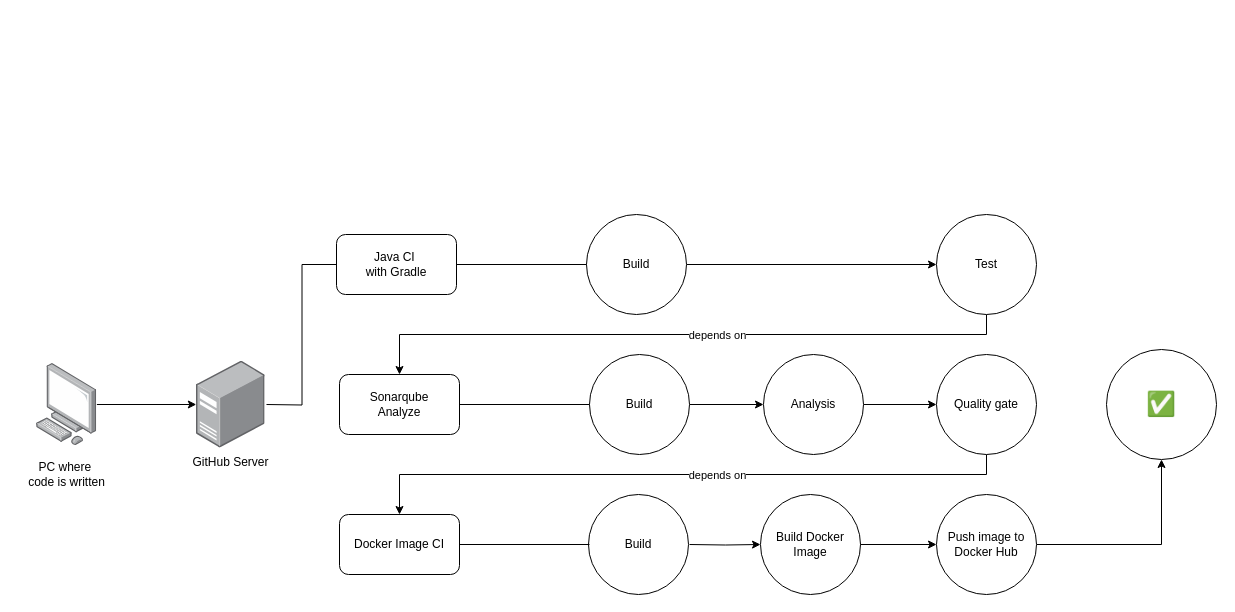
This is documentation/etc/BE_pipelineDiagram.drawio from MateoGlzAlon/blockchain-raisehub-tfg, a draw.io file, before an edit. Source tidied: cells renumbered, new cells numbered last; positions are measured from the earlier drawing's top-left corner, leaving out a move shared by most shapes. Both pictures are drawn from the tidied source at 100%, with x=0, y=0 at pixel (16, 214).
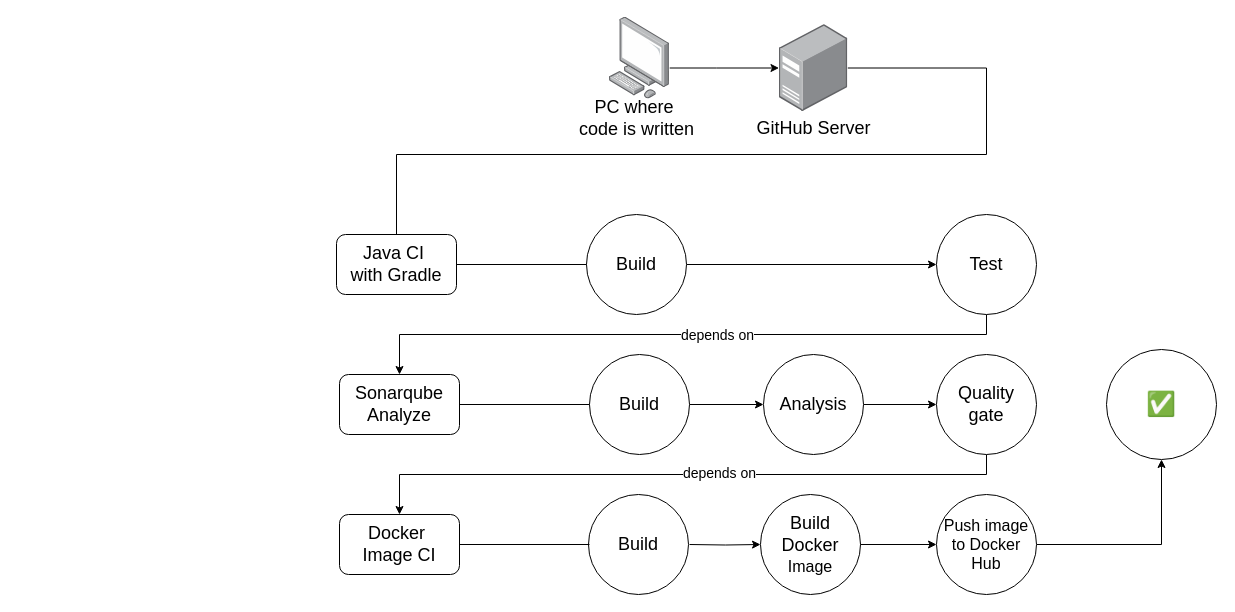
Above is the later version.

Unchanged cells that the change refers to:
```xml
<mxCell id="10" style="edgeStyle=orthogonalEdgeStyle;rounded=0;jettySize=auto;html=1;entryX=0.5;entryY=0;entryDx=0;entryDy=0;" parent="1" edge="1" source="12" target="9">
  <mxGeometry relative="1" as="geometry">
    <Array as="points">
      <mxPoint x="970" y="120" />
      <mxPoint x="383" y="120" />
    </Array>
  </mxGeometry>
</mxCell>
```

The edit, as a diff of the source:
```diff
@@
-    <mxCell id="2" value="Build" style="ellipse;whiteSpace=wrap;html=1;" parent="1" vertex="1">
+    <mxCell id="2" value="&lt;font style=&quot;font-size: 18px;&quot;&gt;Build&lt;/font&gt;" style="ellipse;whiteSpace=wrap;html=1;" parent="1" vertex="1">
       <mxGeometry x="572" y="280" width="100" height="100" as="geometry" />
     </mxCell>
-    <mxCell id="3" value="Docker Image CI" style="rounded=1;whiteSpace=wrap;html=1;" parent="1" vertex="1">
+    <mxCell id="3" value="&lt;font style=&quot;font-size: 18px;&quot;&gt;Docker&amp;nbsp;&lt;/font&gt;&lt;div&gt;&lt;font style=&quot;font-size: 18px;&quot;&gt;Image CI&lt;/font&gt;&lt;/div&gt;" style="rounded=1;whiteSpace=wrap;html=1;" parent="1" vertex="1">
       <mxGeometry x="323" y="300" width="120" height="60" as="geometry" />
     </mxCell>
@@
-    <mxCell id="5" value="Build" style="ellipse;whiteSpace=wrap;html=1;" parent="1" vertex="1">
+    <mxCell id="5" value="&lt;font style=&quot;font-size: 18px;&quot;&gt;Build&lt;/font&gt;" style="ellipse;whiteSpace=wrap;html=1;" parent="1" vertex="1">
       <mxGeometry x="570" width="100" height="100" as="geometry" />
     </mxCell>
-    <mxCell id="6" value="Java CI&amp;nbsp;&lt;div&gt;with Gradle&lt;/div&gt;" style="rounded=1;whiteSpace=wrap;html=1;" parent="1" vertex="1">
+    <mxCell id="6" value="&lt;font style=&quot;font-size: 18px;&quot;&gt;Java CI&amp;nbsp;&lt;/font&gt;&lt;div&gt;&lt;font style=&quot;font-size: 18px;&quot;&gt;with Gradle&lt;/font&gt;&lt;/div&gt;" style="rounded=1;whiteSpace=wrap;html=1;" parent="1" vertex="1">
       <mxGeometry x="320" y="20" width="120" height="60" as="geometry" />
     </mxCell>
@@
-    <mxCell id="8" value="Build" style="ellipse;whiteSpace=wrap;html=1;" parent="1" vertex="1">
+    <mxCell id="8" value="&lt;font style=&quot;font-size: 18px;&quot;&gt;Build&lt;/font&gt;" style="ellipse;whiteSpace=wrap;html=1;" parent="1" vertex="1">
       <mxGeometry x="573" y="140" width="100" height="100" as="geometry" />
     </mxCell>
-    <mxCell id="9" value="Sonarqube&lt;div&gt;Analyze&lt;/div&gt;" style="rounded=1;whiteSpace=wrap;html=1;" parent="1" vertex="1">
+    <mxCell id="9" value="&lt;font style=&quot;font-size: 18px;&quot;&gt;Sonarqube&lt;/font&gt;&lt;div&gt;&lt;font style=&quot;font-size: 18px;&quot;&gt;Analyze&lt;/font&gt;&lt;/div&gt;" style="rounded=1;whiteSpace=wrap;html=1;" parent="1" vertex="1">
       <mxGeometry x="323" y="160" width="120" height="60" as="geometry" />
     </mxCell>
@@
-    <mxCell id="11" value="depends on" style="edgeLabel;html=1;align=center;verticalAlign=middle;" parent="10" vertex="1">
+    <mxCell id="11" value="&lt;font style=&quot;font-size: 14px;&quot;&gt;depends on&lt;/font&gt;" style="edgeLabel;html=1;align=center;verticalAlign=middle;" parent="10" vertex="1">
       <mxGeometry x="0.48" y="-2" relative="1" as="geometry">
         <mxPoint x="189" y="2" as="offset" />
       </mxGeometry>
     </mxCell>
-    <mxCell id="12" value="Test" style="ellipse;whiteSpace=wrap;html=1;" parent="1" vertex="1">
+    <mxCell id="12" value="&lt;font style=&quot;font-size: 18px;&quot;&gt;Test&lt;/font&gt;" style="ellipse;whiteSpace=wrap;html=1;" parent="1" vertex="1">
       <mxGeometry x="920" width="100" height="100" as="geometry" />
     </mxCell>
@@
     <mxCell id="17" style="image;points=[];html=1;align=center;shadow=0;dashed=0;image=img/lib/allied_telesis/computer_and_terminals/Personal_Computer.svg;" parent="1" vertex="1">
-      <mxGeometry x="20" y="149.1" width="60.4" height="81.8" as="geometry" />
+      <mxGeometry x="592.8" y="-197.4" width="60.4" height="81.8" as="geometry" />
     </mxCell>
-    <mxCell id="18" value="GitHub Server" style="image;points=[];html=1;align=center;shadow=0;dashed=0;image=img/lib/allied_telesis/computer_and_terminals/Server_Desktop.svg;" parent="1" vertex="1">
-      <mxGeometry x="180" y="146.5" width="68.6" height="87" as="geometry" />
+    <mxCell id="18" value="&lt;font style=&quot;font-size: 18px;&quot;&gt;GitHub Server&lt;/font&gt;" style="image;points=[];html=1;align=center;shadow=0;dashed=0;image=img/lib/allied_telesis/computer_and_terminals/Server_Desktop.svg;" parent="1" vertex="1">
+      <mxGeometry x="762.7" y="-190" width="68.6" height="87" as="geometry" />
     </mxCell>
     <mxCell id="19" style="edgeStyle=orthogonalEdgeStyle;rounded=0;jettySize=auto;html=1;entryX=-0.003;entryY=0.5;entryDx=0;entryDy=0;entryPerimeter=0;" parent="1" edge="1" source="17" target="18">
-      <mxGeometry relative="1" as="geometry" />
+      <mxGeometry relative="1" as="geometry">
+        <Array as="points">
+          <mxPoint x="700" y="-146" />
+        </Array>
+      </mxGeometry>
     </mxCell>
-    <mxCell id="20" style="endArrow=none;html=1;rounded=0;entryX=0;entryY=0.5;entryDx=0;entryDy=0;edgeStyle=orthogonalEdgeStyle;" parent="1" edge="1" target="6">
+    <mxCell id="20" style="endArrow=none;html=1;rounded=0;entryX=0.5;entryY=0;entryDx=0;entryDy=0;edgeStyle=orthogonalEdgeStyle;" parent="1" edge="1" source="18" target="6">
       <mxGeometry relative="1" as="geometry">
-        <mxPoint x="250" y="190" as="sourcePoint" />
+        <Array as="points">
+          <mxPoint x="970" y="-146" />
+          <mxPoint x="970" y="-60" />
+          <mxPoint x="380" y="-60" />
+        </Array>
       </mxGeometry>
     </mxCell>
-    <mxCell id="21" value="PC where&amp;nbsp;&lt;div&gt;code is written&lt;/div&gt;" style="text;html=1;align=center;verticalAlign=middle;strokeColor=none;fillColor=none;" parent="1" vertex="1">
-      <mxGeometry x="0.2" y="240" width="100" height="40" as="geometry" />
+    <mxCell id="21" value="&lt;font style=&quot;font-size: 18px;&quot;&gt;PC where&amp;nbsp;&lt;/font&gt;&lt;div&gt;&lt;font style=&quot;font-size: 18px;&quot;&gt;code is written&lt;/font&gt;&lt;/div&gt;" style="text;html=1;align=center;verticalAlign=middle;strokeColor=none;fillColor=none;" parent="1" vertex="1">
+      <mxGeometry x="550" y="-125.6" width="140" height="60" as="geometry" />
     </mxCell>
@@
-    <mxCell id="23" value="Analysis" style="ellipse;whiteSpace=wrap;html=1;" parent="1" vertex="1">
+    <mxCell id="23" value="&lt;font style=&quot;font-size: 18px;&quot;&gt;Analysis&lt;/font&gt;" style="ellipse;whiteSpace=wrap;html=1;" parent="1" vertex="1">
       <mxGeometry x="747" y="140" width="100" height="100" as="geometry" />
     </mxCell>
@@
-    <mxCell id="25" value="Quality gate" style="ellipse;whiteSpace=wrap;html=1;" parent="1" vertex="1">
+    <mxCell id="25" value="&lt;font style=&quot;font-size: 18px;&quot;&gt;Quality&lt;/font&gt;&lt;div&gt;&lt;font style=&quot;font-size: 18px;&quot;&gt;gate&lt;/font&gt;&lt;/div&gt;" style="ellipse;whiteSpace=wrap;html=1;" parent="1" vertex="1">
       <mxGeometry x="920" y="140" width="100" height="100" as="geometry" />
     </mxCell>
@@
-    <mxCell id="27" value="Build Docker&lt;div&gt;Image&lt;/div&gt;" style="ellipse;whiteSpace=wrap;html=1;" parent="1" vertex="1">
+    <mxCell id="27" value="&lt;font style=&quot;font-size: 18px;&quot;&gt;Build Docker&lt;/font&gt;&lt;div&gt;&lt;font size=&quot;3&quot;&gt;Image&lt;/font&gt;&lt;/div&gt;" style="ellipse;whiteSpace=wrap;html=1;" parent="1" vertex="1">
       <mxGeometry x="744" y="280" width="100" height="100" as="geometry" />
     </mxCell>
@@
-    <mxCell id="30" value="Push image to Docker Hub" style="ellipse;whiteSpace=wrap;html=1;" parent="1" vertex="1">
+    <mxCell id="30" value="&lt;font style=&quot;font-size: 16px;&quot;&gt;Push image to Docker Hub&lt;/font&gt;" style="ellipse;whiteSpace=wrap;html=1;" parent="1" vertex="1">
       <mxGeometry x="920" y="280" width="100" height="100" as="geometry" />
     </mxCell>
-    <mxCell id="31" value="depends on" style="edgeLabel;html=1;align=center;verticalAlign=middle;" parent="1" vertex="1">
-      <mxGeometry x="700" y="260" as="geometry" />
+    <mxCell id="31" value="&lt;font style=&quot;font-size: 14px;&quot;&gt;depends on&lt;/font&gt;" style="edgeLabel;html=1;align=center;verticalAlign=middle;" parent="1" vertex="1">
+      <mxGeometry x="700" y="260" as="geometry">
+        <mxPoint x="2" y="-2" as="offset" />
+      </mxGeometry>
     </mxCell>
```
